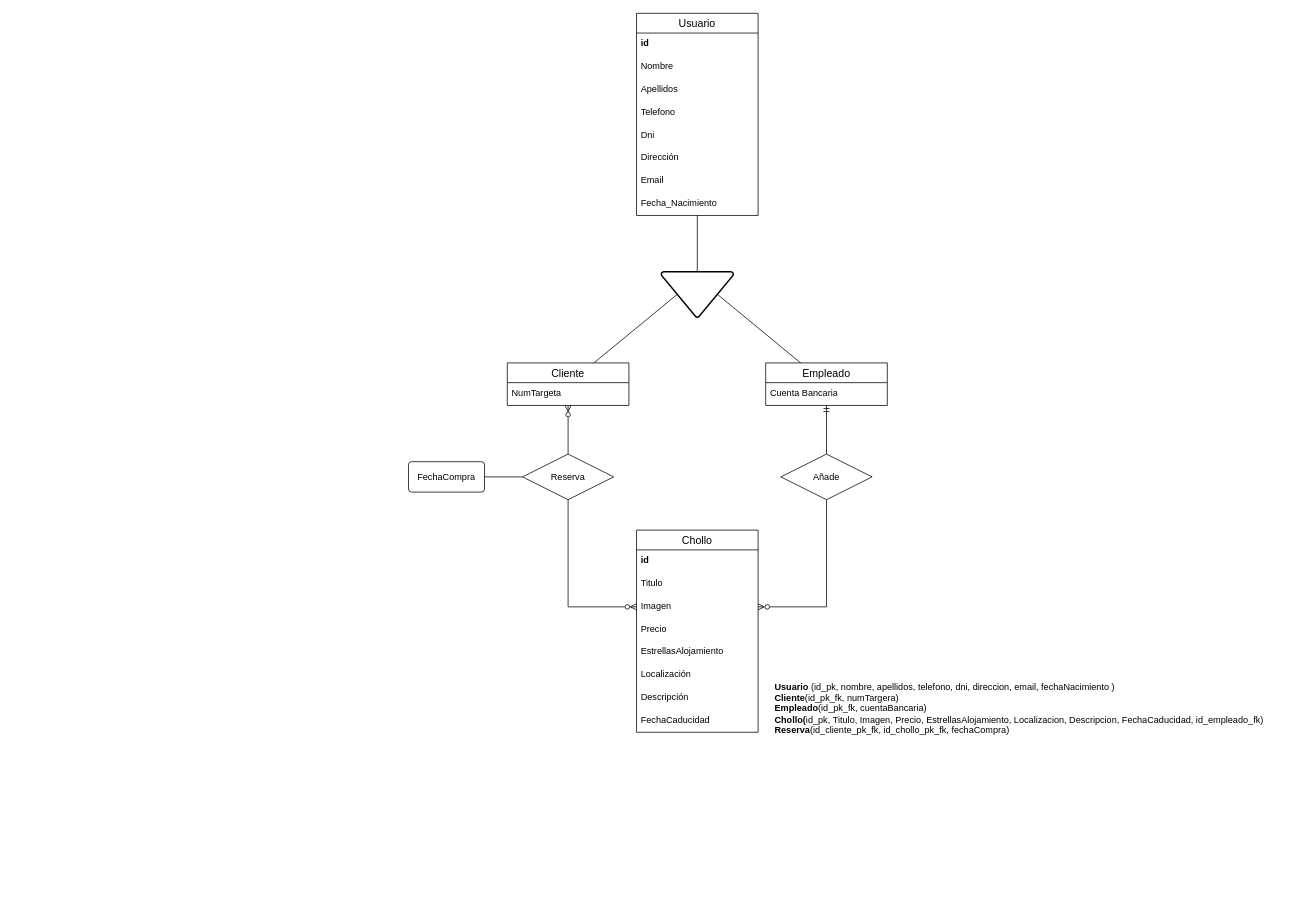
The draw.io diagram HamacaDB.drawio in JuankaEsMa/bootcamp-c6-proyecto-final, before the edit. Source tidied: cells renumbered, new cells numbered last; positions are measured from the earlier drawing's top-left corner, leaving out a move shared by most shapes. Both pictures are drawn from the tidied source at 76%, with x=0, y=0 at pixel (408, 13).
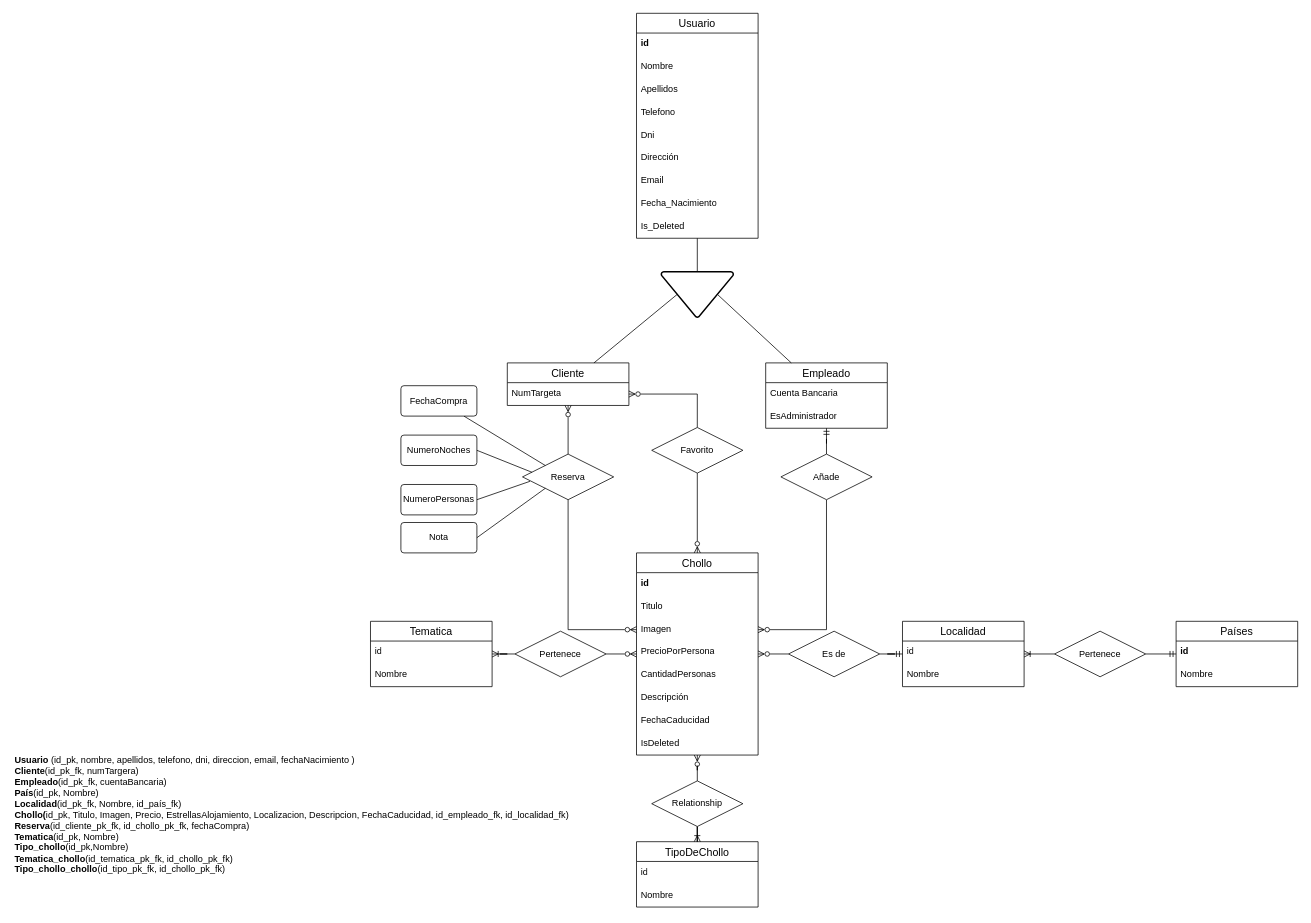
The same page after the edit.

Commit message:
Diagrama y Modelo actualizados

The change refers to these unchanged cells:
```xml
<mxCell id="12" value="NumTargeta" style="text;strokeColor=none;fillColor=none;spacingLeft=4;spacingRight=4;overflow=hidden;points=[[0,0.5],[1,0.5]];portConstraint=eastwest;fontSize=12;whiteSpace=wrap;html=1;" parent="11" vertex="1">
  <mxGeometry y="26" width="160" height="30" as="geometry" />
</mxCell>
<mxCell id="33" value="Reserva" style="shape=rhombus;perimeter=rhombusPerimeter;whiteSpace=wrap;html=1;align=center;" parent="1" vertex="1">
  <mxGeometry x="150" y="580" width="120" height="60" as="geometry" />
</mxCell>
```

Change to the diagram source:
```diff
@@
     <mxCell id="2" value="Usuario" style="swimlane;fontStyle=0;horizontal=1;startSize=26;align=center;fontSize=14;" parent="1" vertex="1">
-      <mxGeometry x="300" width="160" height="266" as="geometry" />
+      <mxGeometry x="300" width="160" height="296" as="geometry" />
     </mxCell>
@@
+    <mxCell id="37" value="Is_Deleted" style="text;strokeColor=none;fillColor=none;spacingLeft=4;spacingRight=4;overflow=hidden;fontSize=12;whiteSpace=wrap;html=1;" parent="2" vertex="1">
+      <mxGeometry y="266" width="160" height="30" as="geometry" />
+    </mxCell>
@@
     <mxCell id="13" value="Empleado" style="swimlane;fontStyle=0;horizontal=1;startSize=26;align=center;fontSize=14;" parent="1" vertex="1">
-      <mxGeometry x="470" y="460" width="160" height="56" as="geometry" />
+      <mxGeometry x="470" y="460" width="160" height="86" as="geometry" />
     </mxCell>
@@
+    <mxCell id="38" value="EsAdministrador" style="text;strokeColor=none;fillColor=none;spacingLeft=4;spacingRight=4;overflow=hidden;fontSize=12;whiteSpace=wrap;html=1;" parent="13" vertex="1">
+      <mxGeometry y="56" width="160" height="30" as="geometry" />
+    </mxCell>
@@
     <mxCell id="19" value="Chollo" style="swimlane;fontStyle=0;horizontal=1;startSize=26;align=center;fontSize=14;" parent="1" vertex="1">
-      <mxGeometry x="300" y="680" width="160" height="266" as="geometry" />
+      <mxGeometry x="300" y="710" width="160" height="266" as="geometry" />
     </mxCell>
@@
-    <mxCell id="23" value="Precio" style="text;strokeColor=none;fillColor=none;spacingLeft=4;spacingRight=4;overflow=hidden;fontSize=12;whiteSpace=wrap;html=1;" parent="19" vertex="1">
+    <mxCell id="23" value="PrecioPorPersona" style="text;strokeColor=none;fillColor=none;spacingLeft=4;spacingRight=4;overflow=hidden;fontSize=12;whiteSpace=wrap;html=1;" parent="19" vertex="1">
       <mxGeometry y="116" width="160" height="30" as="geometry" />
     </mxCell>
-    <mxCell id="24" value="EstrellasAlojamiento" style="text;strokeColor=none;fillColor=none;spacingLeft=4;spacingRight=4;overflow=hidden;fontSize=12;whiteSpace=wrap;html=1;" parent="19" vertex="1">
-      <mxGeometry y="146" width="160" height="30" as="geometry" />
-    </mxCell>
-    <mxCell id="25" value="Localización" style="text;strokeColor=none;fillColor=none;spacingLeft=4;spacingRight=4;overflow=hidden;fontSize=12;whiteSpace=wrap;html=1;" parent="19" vertex="1">
-      <mxGeometry y="176" width="160" height="30" as="geometry" />
-    </mxCell>
+    <mxCell id="39" value="CantidadPersonas" style="text;strokeColor=none;fillColor=none;spacingLeft=4;spacingRight=4;overflow=hidden;fontSize=12;whiteSpace=wrap;html=1;" parent="19" vertex="1">
+      <mxGeometry y="146" width="160" height="30" as="geometry" />
+    </mxCell>
     <mxCell id="26" value="Descripción" style="text;strokeColor=none;fillColor=none;spacingLeft=4;spacingRight=4;overflow=hidden;fontSize=12;whiteSpace=wrap;html=1;" parent="19" vertex="1">
-      <mxGeometry y="206" width="160" height="30" as="geometry" />
+      <mxGeometry y="176" width="160" height="30" as="geometry" />
     </mxCell>
+    <mxCell id="40" value="FechaCaducidad" style="text;strokeColor=none;fillColor=none;spacingLeft=4;spacingRight=4;overflow=hidden;fontSize=12;whiteSpace=wrap;html=1;" parent="19" vertex="1">
+      <mxGeometry y="206" width="160" height="30" as="geometry" />
+    </mxCell>
-    <mxCell id="27" value="FechaCaducidad" style="text;strokeColor=none;fillColor=none;spacingLeft=4;spacingRight=4;overflow=hidden;fontSize=12;whiteSpace=wrap;html=1;" parent="19" vertex="1">
+    <mxCell id="27" value="IsDeleted&lt;br&gt;" style="text;strokeColor=none;fillColor=none;spacingLeft=4;spacingRight=4;overflow=hidden;fontSize=12;whiteSpace=wrap;html=1;" parent="19" vertex="1">
       <mxGeometry y="236" width="160" height="30" as="geometry" />
     </mxCell>
@@
-    <mxCell id="34" style="endArrow=none;html=1;rounded=0;" parent="1" edge="1" source="33" target="35">
+    <mxCell id="34" style="endArrow=none;html=1;rounded=0;exitX=0;exitY=0;exitDx=0;exitDy=0;" parent="1" edge="1" source="33" target="35">
       <mxGeometry relative="1" as="geometry" />
     </mxCell>
     <mxCell id="35" value="FechaCompra" style="rounded=1;arcSize=10;whiteSpace=wrap;html=1;align=center;" parent="1" vertex="1">
-      <mxGeometry y="590" width="100" height="40" as="geometry" />
+      <mxGeometry x="-10" y="490" width="100" height="40" as="geometry" />
     </mxCell>
-    <mxCell id="36" value="&lt;b&gt;Usuario &lt;/b&gt;(id_pk, nombre, apellidos, telefono, dni, direccion, email, fechaNacimiento )&lt;br&gt;&lt;b&gt;Cliente&lt;/b&gt;(id_pk_fk, numTargera)&lt;br&gt;&lt;b&gt;Empleado&lt;/b&gt;(id_pk_fk, cuentaBancaria)&lt;br&gt;&lt;b&gt;Chollo(&lt;/b&gt;id_pk,&lt;b&gt;&amp;nbsp;&lt;/b&gt;Titulo, Imagen, Precio, EstrellasAlojamiento, Localizacion, Descripcion, FechaCaducidad, id_empleado_fk)&lt;br&gt;&lt;b&gt;Reserva&lt;/b&gt;(id_cliente_pk_fk, id_chollo_pk_fk, fechaCompra)" style="text;html=1;strokeColor=none;fillColor=none;align=left;verticalAlign=middle;whiteSpace=wrap;rounded=0;" parent="1" vertex="1">
-      <mxGeometry x="480" y="810" width="680" height="210" as="geometry" />
+    <mxCell id="36" value="&lt;b&gt;Usuario &lt;/b&gt;(id_pk, nombre, apellidos, telefono, dni, direccion, email, fechaNacimiento )&lt;br&gt;&lt;b&gt;Cliente&lt;/b&gt;(id_pk_fk, numTargera)&lt;br&gt;&lt;b&gt;Empleado&lt;/b&gt;(id_pk_fk, cuentaBancaria)&lt;br&gt;&lt;b&gt;País&lt;/b&gt;(id_pk, Nombre)&lt;br&gt;&lt;b&gt;Localidad&lt;/b&gt;(id_pk_fk, Nombre, id_país_fk)&lt;br&gt;&lt;b&gt;Chollo(&lt;/b&gt;id_pk,&lt;b&gt;&amp;nbsp;&lt;/b&gt;Titulo, Imagen, Precio, EstrellasAlojamiento, Localizacion, Descripcion, FechaCaducidad, id_empleado_fk, id_localidad_fk)&lt;br&gt;&lt;b&gt;Reserva&lt;/b&gt;(id_cliente_pk_fk, id_chollo_pk_fk, fechaCompra)&lt;br&gt;&lt;b&gt;Tematica&lt;/b&gt;(id_pk, Nombre)&lt;br&gt;&lt;b&gt;Tipo_chollo&lt;/b&gt;(id_pk,Nombre)&lt;br&gt;&lt;b&gt;Tematica_chollo&lt;/b&gt;(id_tematica_pk_fk, id_chollo_pk_fk)&lt;br&gt;&lt;b&gt;Tipo_chollo_chollo&lt;/b&gt;(id_tipo_pk_fk, id_chollo_pk_fk)" style="text;html=1;strokeColor=none;fillColor=none;align=left;verticalAlign=middle;whiteSpace=wrap;rounded=0;" parent="1" vertex="1">
+      <mxGeometry x="-520" y="950" width="790" height="210" as="geometry" />
     </mxCell>
+    <mxCell id="41" style="edgeStyle=orthogonalEdgeStyle;rounded=0;jettySize=auto;html=1;entryX=1;entryY=0.5;entryDx=0;entryDy=0;endArrow=ERzeroToMany;endFill=0;" parent="1" edge="1" source="43" target="12">
+      <mxGeometry relative="1" as="geometry" />
+    </mxCell>
+    <mxCell id="42" style="edgeStyle=orthogonalEdgeStyle;rounded=0;jettySize=auto;html=1;entryX=0.5;entryY=0;entryDx=0;entryDy=0;endArrow=ERzeroToMany;endFill=0;" parent="1" edge="1" source="43" target="19">
+      <mxGeometry relative="1" as="geometry" />
+    </mxCell>
+    <mxCell id="43" value="Favorito" style="shape=rhombus;perimeter=rhombusPerimeter;whiteSpace=wrap;html=1;align=center;" parent="1" vertex="1">
+      <mxGeometry x="320" y="545" width="120" height="60" as="geometry" />
+    </mxCell>
+    <mxCell id="44" value="Tematica" style="swimlane;fontStyle=0;horizontal=1;startSize=26;align=center;fontSize=14;" parent="1" vertex="1">
+      <mxGeometry x="-50" y="800" width="160" height="86" as="geometry" />
+    </mxCell>
+    <mxCell id="45" value="id" style="text;strokeColor=none;fillColor=none;spacingLeft=4;spacingRight=4;overflow=hidden;fontSize=12;whiteSpace=wrap;html=1;" parent="44" vertex="1">
+      <mxGeometry y="26" width="160" height="30" as="geometry" />
+    </mxCell>
+    <mxCell id="46" value="Nombre" style="text;strokeColor=none;fillColor=none;spacingLeft=4;spacingRight=4;overflow=hidden;fontSize=12;whiteSpace=wrap;html=1;" parent="44" vertex="1">
+      <mxGeometry y="56" width="160" height="30" as="geometry" />
+    </mxCell>
+    <mxCell id="47" style="edgeStyle=orthogonalEdgeStyle;rounded=0;jettySize=auto;html=1;endArrow=ERzeroToMany;endFill=0;" parent="1" edge="1" source="49" target="19">
+      <mxGeometry relative="1" as="geometry" />
+    </mxCell>
+    <mxCell id="48" style="edgeStyle=orthogonalEdgeStyle;rounded=0;jettySize=auto;html=1;endArrow=ERoneToMany;endFill=0;" parent="1" edge="1" source="49" target="44">
+      <mxGeometry relative="1" as="geometry" />
+    </mxCell>
+    <mxCell id="49" value="Pertenece" style="shape=rhombus;perimeter=rhombusPerimeter;whiteSpace=wrap;html=1;align=center;" parent="1" vertex="1">
+      <mxGeometry x="140" y="813" width="120" height="60" as="geometry" />
+    </mxCell>
+    <mxCell id="50" value="Países" style="swimlane;fontStyle=0;horizontal=1;startSize=26;align=center;fontSize=14;" parent="1" vertex="1">
+      <mxGeometry x="1010" y="800" width="160" height="86" as="geometry" />
+    </mxCell>
+    <mxCell id="51" value="&lt;b&gt;id&lt;/b&gt;" style="text;strokeColor=none;fillColor=none;spacingLeft=4;spacingRight=4;overflow=hidden;fontSize=12;whiteSpace=wrap;html=1;" parent="50" vertex="1">
+      <mxGeometry y="26" width="160" height="30" as="geometry" />
+    </mxCell>
+    <mxCell id="52" value="Nombre" style="text;strokeColor=none;fillColor=none;spacingLeft=4;spacingRight=4;overflow=hidden;fontSize=12;whiteSpace=wrap;html=1;" parent="50" vertex="1">
+      <mxGeometry y="56" width="160" height="30" as="geometry" />
+    </mxCell>
+    <mxCell id="53" value="Localidad" style="swimlane;fontStyle=0;horizontal=1;startSize=26;align=center;fontSize=14;" parent="1" vertex="1">
+      <mxGeometry x="650" y="800" width="160" height="86" as="geometry" />
+    </mxCell>
+    <mxCell id="54" value="id" style="text;strokeColor=none;fillColor=none;spacingLeft=4;spacingRight=4;overflow=hidden;fontSize=12;whiteSpace=wrap;html=1;" parent="53" vertex="1">
+      <mxGeometry y="26" width="160" height="30" as="geometry" />
+    </mxCell>
+    <mxCell id="55" value="Nombre" style="text;strokeColor=none;fillColor=none;spacingLeft=4;spacingRight=4;overflow=hidden;fontSize=12;whiteSpace=wrap;html=1;" parent="53" vertex="1">
+      <mxGeometry y="56" width="160" height="30" as="geometry" />
+    </mxCell>
+    <mxCell id="56" style="edgeStyle=orthogonalEdgeStyle;rounded=0;jettySize=auto;html=1;endArrow=ERmandOne;endFill=0;" parent="1" edge="1" source="58" target="50">
+      <mxGeometry relative="1" as="geometry" />
+    </mxCell>
+    <mxCell id="57" style="edgeStyle=orthogonalEdgeStyle;rounded=0;jettySize=auto;html=1;endArrow=ERoneToMany;endFill=0;" parent="1" edge="1" source="58" target="53">
+      <mxGeometry relative="1" as="geometry" />
+    </mxCell>
+    <mxCell id="58" value="Pertenece" style="shape=rhombus;perimeter=rhombusPerimeter;whiteSpace=wrap;html=1;align=center;" parent="1" vertex="1">
+      <mxGeometry x="850" y="813" width="120" height="60" as="geometry" />
+    </mxCell>
+    <mxCell id="59" style="edgeStyle=orthogonalEdgeStyle;rounded=0;jettySize=auto;html=1;endArrow=ERmandOne;endFill=0;" parent="1" edge="1" source="61" target="53">
+      <mxGeometry relative="1" as="geometry" />
+    </mxCell>
+    <mxCell id="60" style="edgeStyle=orthogonalEdgeStyle;rounded=0;jettySize=auto;html=1;endArrow=ERzeroToMany;endFill=0;" parent="1" edge="1" source="61" target="19">
+      <mxGeometry relative="1" as="geometry" />
+    </mxCell>
+    <mxCell id="61" value="Es de" style="shape=rhombus;perimeter=rhombusPerimeter;whiteSpace=wrap;html=1;align=center;" parent="1" vertex="1">
+      <mxGeometry x="500" y="813" width="120" height="60" as="geometry" />
+    </mxCell>
+    <mxCell id="62" value="Nota" style="rounded=1;arcSize=10;whiteSpace=wrap;html=1;align=center;" parent="1" vertex="1">
+      <mxGeometry x="-10" y="670" width="100" height="40" as="geometry" />
+    </mxCell>
+    <mxCell id="63" style="endArrow=none;html=1;rounded=0;entryX=0;entryY=1;entryDx=0;entryDy=0;exitX=1;exitY=0.5;exitDx=0;exitDy=0;" parent="1" edge="1" source="62" target="33">
+      <mxGeometry relative="1" as="geometry" />
+    </mxCell>
+    <mxCell id="64" value="NumeroNoches" style="rounded=1;arcSize=10;whiteSpace=wrap;html=1;align=center;" parent="1" vertex="1">
+      <mxGeometry x="-10" y="555" width="100" height="40" as="geometry" />
+    </mxCell>
+    <mxCell id="65" value="NumeroPersonas" style="rounded=1;arcSize=10;whiteSpace=wrap;html=1;align=center;" parent="1" vertex="1">
+      <mxGeometry x="-10" y="620" width="100" height="40" as="geometry" />
+    </mxCell>
+    <mxCell id="66" style="endArrow=none;html=1;rounded=0;entryX=1;entryY=0.5;entryDx=0;entryDy=0;exitX=0.105;exitY=0.4;exitDx=0;exitDy=0;exitPerimeter=0;" parent="1" edge="1" source="33" target="64">
+      <mxGeometry relative="1" as="geometry" />
+    </mxCell>
+    <mxCell id="67" style="endArrow=none;html=1;rounded=0;entryX=1;entryY=0.5;entryDx=0;entryDy=0;exitX=0.082;exitY=0.597;exitDx=0;exitDy=0;exitPerimeter=0;" parent="1" edge="1" source="33" target="65">
+      <mxGeometry relative="1" as="geometry" />
+    </mxCell>
+    <mxCell id="68" value="TipoDeChollo" style="swimlane;fontStyle=0;horizontal=1;startSize=26;align=center;fontSize=14;" parent="1" vertex="1">
+      <mxGeometry x="300" y="1090" width="160" height="86" as="geometry" />
+    </mxCell>
+    <mxCell id="69" value="id" style="text;strokeColor=none;fillColor=none;spacingLeft=4;spacingRight=4;overflow=hidden;fontSize=12;whiteSpace=wrap;html=1;" parent="68" vertex="1">
+      <mxGeometry y="26" width="160" height="30" as="geometry" />
+    </mxCell>
+    <mxCell id="70" value="Nombre" style="text;strokeColor=none;fillColor=none;spacingLeft=4;spacingRight=4;overflow=hidden;fontSize=12;whiteSpace=wrap;html=1;" parent="68" vertex="1">
+      <mxGeometry y="56" width="160" height="30" as="geometry" />
+    </mxCell>
+    <mxCell id="71" style="edgeStyle=orthogonalEdgeStyle;rounded=0;jettySize=auto;html=1;endArrow=ERoneToMany;endFill=0;" parent="1" edge="1" source="73" target="68">
+      <mxGeometry relative="1" as="geometry" />
+    </mxCell>
+    <mxCell id="72" style="edgeStyle=orthogonalEdgeStyle;rounded=0;jettySize=auto;html=1;endArrow=ERzeroToMany;endFill=0;" parent="1" edge="1" source="73" target="19">
+      <mxGeometry relative="1" as="geometry" />
+    </mxCell>
+    <mxCell id="73" value="Relationship" style="shape=rhombus;perimeter=rhombusPerimeter;whiteSpace=wrap;html=1;align=center;" parent="1" vertex="1">
+      <mxGeometry x="320" y="1010" width="120" height="60" as="geometry" />
+    </mxCell>
```
